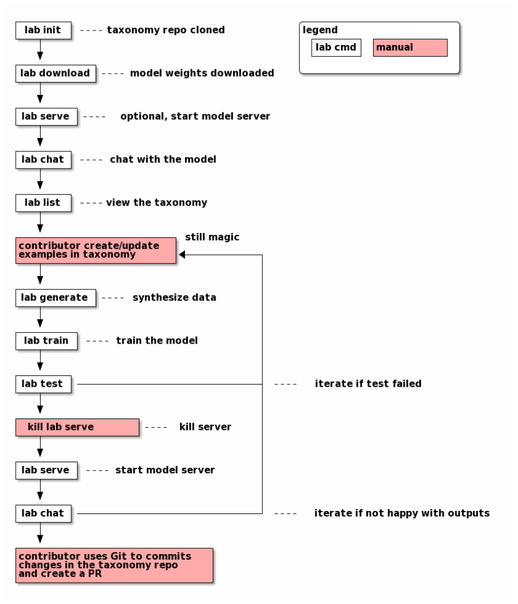
The PlantUML diagram docs/workflow.png in instructlab/instructlab, before a commit. Its source is kept beside it as docs/workflow.puml.
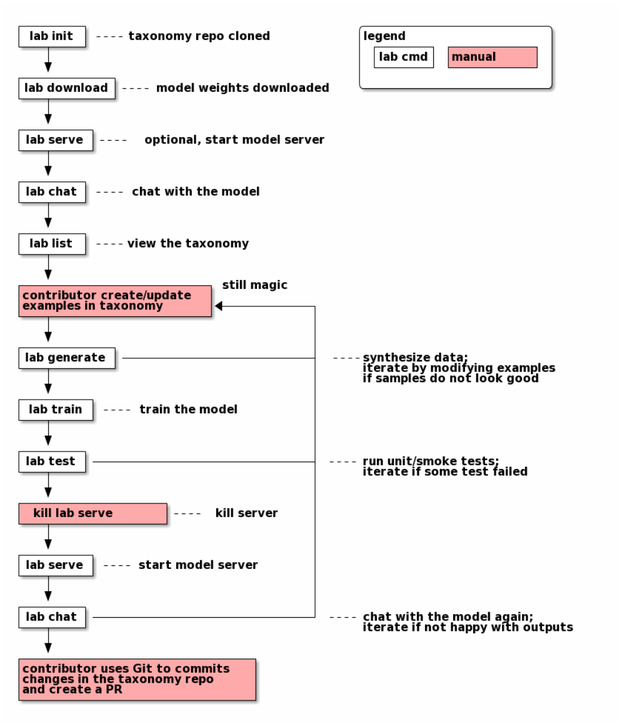
After the change.

Commit message:
docs: add details to the workflow

Diff of the diagram source:
```diff
@@ -31,9 +31,9 @@
     |                                   |
     v                                   |
 +---+--------+                          |
-|lab generate|-=---synthesize data      |
-+---+--------+                          |
-    |                                   |
+|lab generate|--------------------------+ -=---synthesize data;
++---+--------+                          |      iterate by modifying examples
+    |                                   |      if samples do not look good
     v                                   |
 +---+-----+                             |
 |lab train|-=---train the model         |
@@ -41,8 +41,8 @@
     |                                   |
     v                                   |
 +---+----+                              |
-|lab test|------------------------------+ -=---iterate if test failed
-+---+----+                              |
+|lab test|------------------------------+ -=---run unit/smoke tests;
++---+----+                              |      iterate if some test failed
     |                                   |
     v                                   |
 +---+---------------+                   |
@@ -56,8 +56,8 @@
     |                                   |
     v                                   |
 +---+----+                              |
-|lab chat|------------------------------+ -=---iterate if not happy with outputs
-+---+----+
+|lab chat|------------------------------+ -=---chat with the model again;
++---+----+                                     iterate if not happy with outputs
     |
     v
 +---+---------------------------+
```
